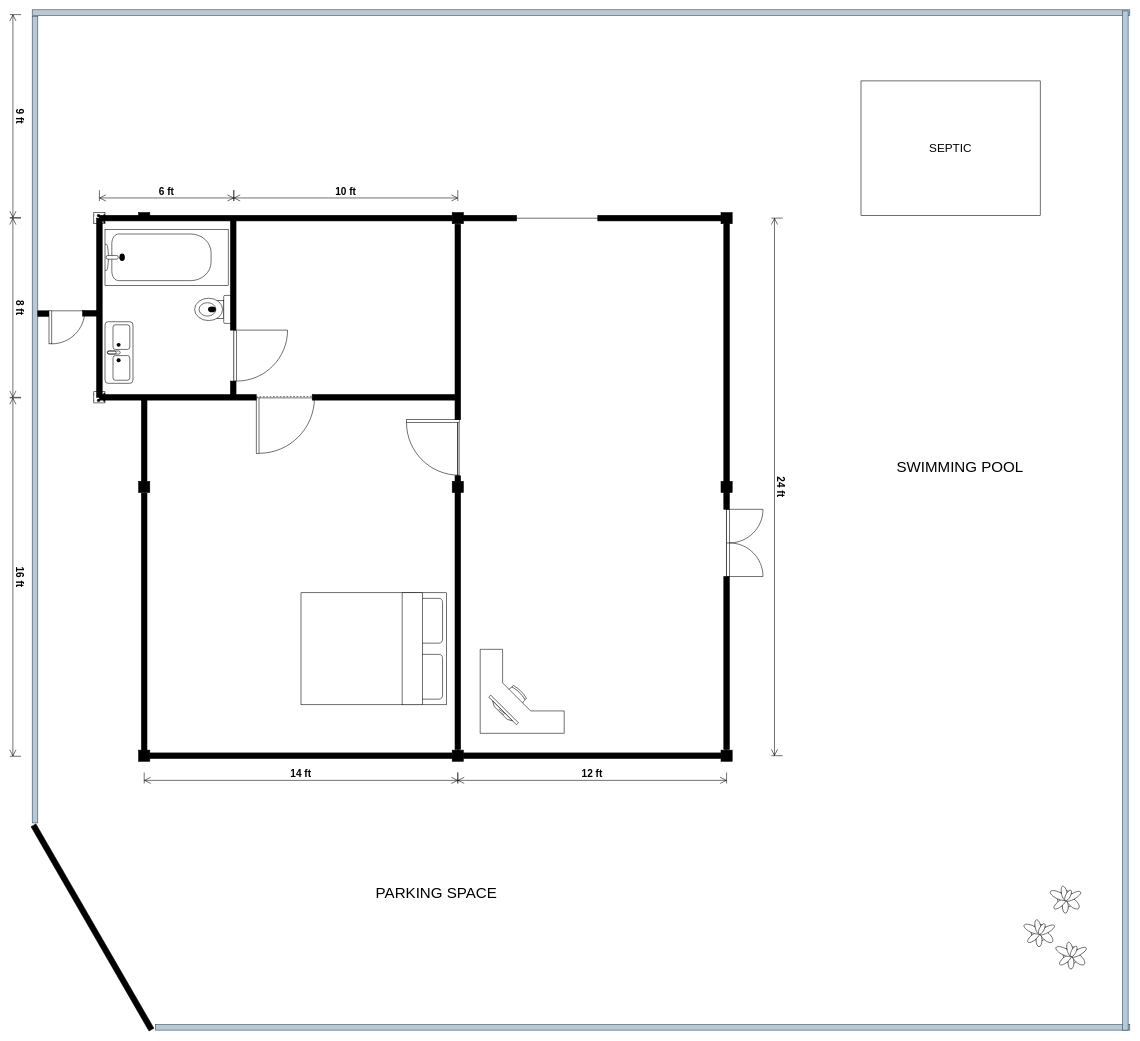
Before: kmcc/House.drawio in genmancoder/systems-diagrams, a draw.io diagram. Source tidied: cells renumbered, new cells numbered last; positions are measured from the earlier drawing's top-left corner, leaving out a move shared by most shapes. Both pictures are drawn from the tidied source at 56%, with x=0, y=0 at pixel (-164, 10).
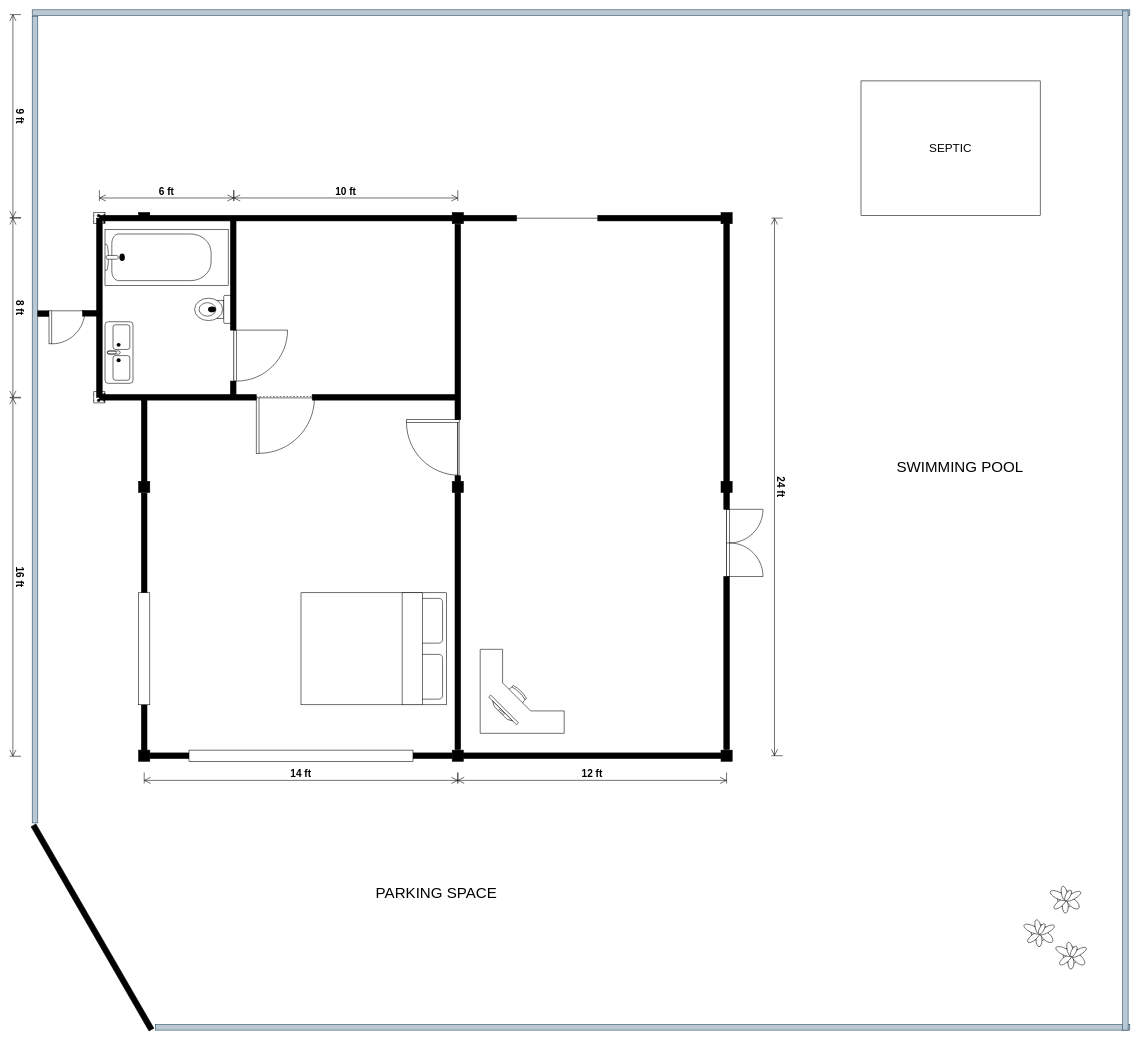
The same diagram, later.

What changed in the source:
```diff
@@
+    <mxCell id="73" style="rounded=0;whiteSpace=wrap;html=1;" parent="1" vertex="1">
+      <mxGeometry x="540" y="1041" width="20" height="200" as="geometry" />
+    </mxCell>
+    <mxCell id="74" style="rounded=0;whiteSpace=wrap;html=1;direction=south;" parent="1" vertex="1">
+      <mxGeometry x="630" y="1322" width="400" height="20" as="geometry" />
+    </mxCell>
```
